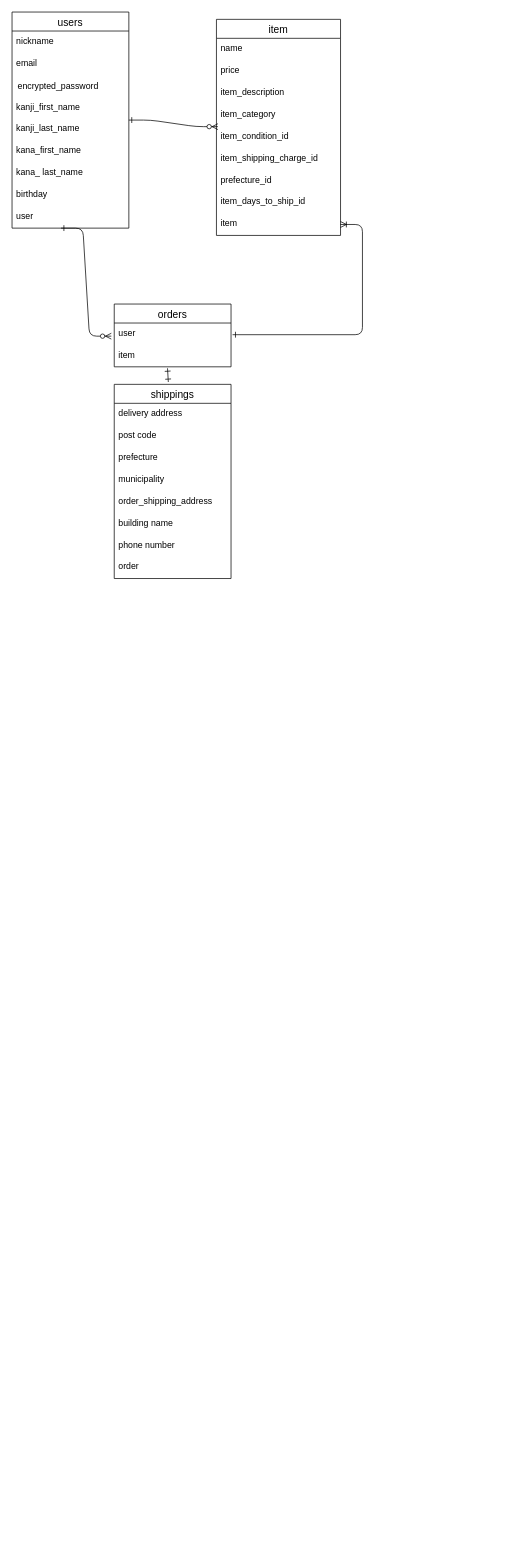
The draw.io diagram app/views/items/test..dio in jinkorotan/furima-37447, before the edit. Source tidied: cells renumbered, new cells numbered last; positions are measured from the earlier drawing's top-left corner, leaving out a move shared by most shapes. Both pictures are drawn from the tidied source at 73%, with x=0, y=0 at pixel (12, 12).
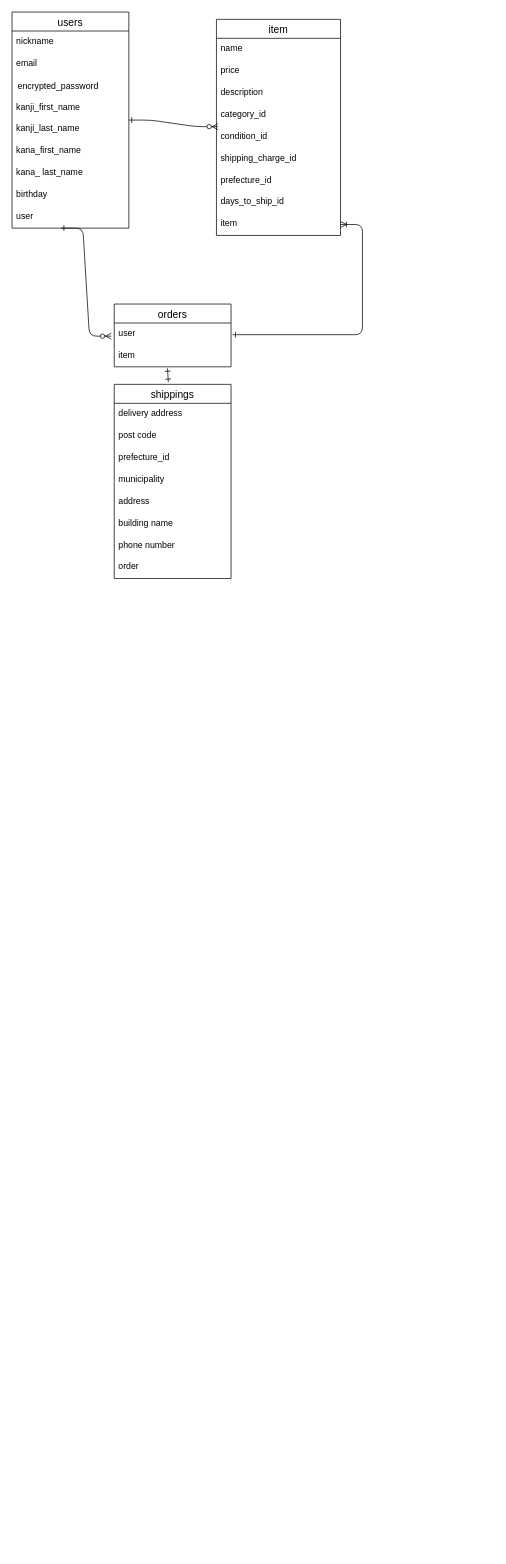
The same diagram, later.

The change refers to these unchanged cells:
```xml
<mxCell id="11" value="item" style="swimlane;fontStyle=0;horizontal=1;startSize=26;align=center;fontSize=14;" parent="1" vertex="1">
  <mxGeometry x="280" y="10" width="170" height="296" as="geometry" />
</mxCell>
<mxCell id="31" value="shippings" style="swimlane;fontStyle=0;horizontal=1;startSize=26;align=center;fontSize=14;" parent="1" vertex="1">
  <mxGeometry x="140" y="510" width="160" height="266" as="geometry" />
</mxCell>
```

Change to the diagram source:
```diff
@@
-    <mxCell id="14" value="item_description" style="text;strokeColor=none;fillColor=none;spacingLeft=4;spacingRight=4;overflow=hidden;fontSize=12;" parent="11" vertex="1">
+    <mxCell id="14" value="description" style="text;strokeColor=none;fillColor=none;spacingLeft=4;spacingRight=4;overflow=hidden;fontSize=12;" parent="11" vertex="1">
       <mxGeometry y="86" width="170" height="30" as="geometry" />
     </mxCell>
-    <mxCell id="15" value="item_category" style="text;strokeColor=none;fillColor=none;spacingLeft=4;spacingRight=4;overflow=hidden;fontSize=12;" parent="11" vertex="1">
+    <mxCell id="15" value="category_id" style="text;strokeColor=none;fillColor=none;spacingLeft=4;spacingRight=4;overflow=hidden;fontSize=12;" parent="11" vertex="1">
       <mxGeometry y="116" width="170" height="30" as="geometry" />
     </mxCell>
-    <mxCell id="16" value="item_condition_id" style="text;strokeColor=none;fillColor=none;spacingLeft=4;spacingRight=4;overflow=hidden;points=[[0,0.5],[1,0.5]];portConstraint=eastwest;fontSize=12;" parent="11" vertex="1">
+    <mxCell id="16" value="condition_id" style="text;strokeColor=none;fillColor=none;spacingLeft=4;spacingRight=4;overflow=hidden;points=[[0,0.5],[1,0.5]];portConstraint=eastwest;fontSize=12;" parent="11" vertex="1">
       <mxGeometry y="146" width="170" height="30" as="geometry" />
     </mxCell>
-    <mxCell id="17" value="item_shipping_charge_id" style="text;strokeColor=none;fillColor=none;spacingLeft=4;spacingRight=4;overflow=hidden;fontSize=12;" parent="11" vertex="1">
+    <mxCell id="17" value="shipping_charge_id" style="text;strokeColor=none;fillColor=none;spacingLeft=4;spacingRight=4;overflow=hidden;fontSize=12;" parent="11" vertex="1">
       <mxGeometry y="176" width="170" height="30" as="geometry" />
     </mxCell>
@@
-    <mxCell id="19" value="item_days_to_ship_id" style="text;strokeColor=none;fillColor=none;spacingLeft=4;spacingRight=4;overflow=hidden;fontSize=12;" parent="11" vertex="1">
+    <mxCell id="19" value="days_to_ship_id" style="text;strokeColor=none;fillColor=none;spacingLeft=4;spacingRight=4;overflow=hidden;fontSize=12;" parent="11" vertex="1">
       <mxGeometry y="236" width="170" height="30" as="geometry" />
     </mxCell>
@@
-    <mxCell id="34" value="prefecture" style="text;strokeColor=none;fillColor=none;spacingLeft=4;spacingRight=4;overflow=hidden;fontSize=12;" parent="31" vertex="1">
+    <mxCell id="34" value="prefecture_id" style="text;strokeColor=none;fillColor=none;spacingLeft=4;spacingRight=4;overflow=hidden;fontSize=12;" parent="31" vertex="1">
       <mxGeometry y="86" width="160" height="30" as="geometry" />
     </mxCell>
@@
-    <mxCell id="36" value="order_shipping_address" style="text;strokeColor=none;fillColor=none;spacingLeft=4;spacingRight=4;overflow=hidden;fontSize=12;" parent="31" vertex="1">
+    <mxCell id="36" value="address" style="text;strokeColor=none;fillColor=none;spacingLeft=4;spacingRight=4;overflow=hidden;fontSize=12;" parent="31" vertex="1">
       <mxGeometry y="146" width="160" height="30" as="geometry" />
     </mxCell>
```
